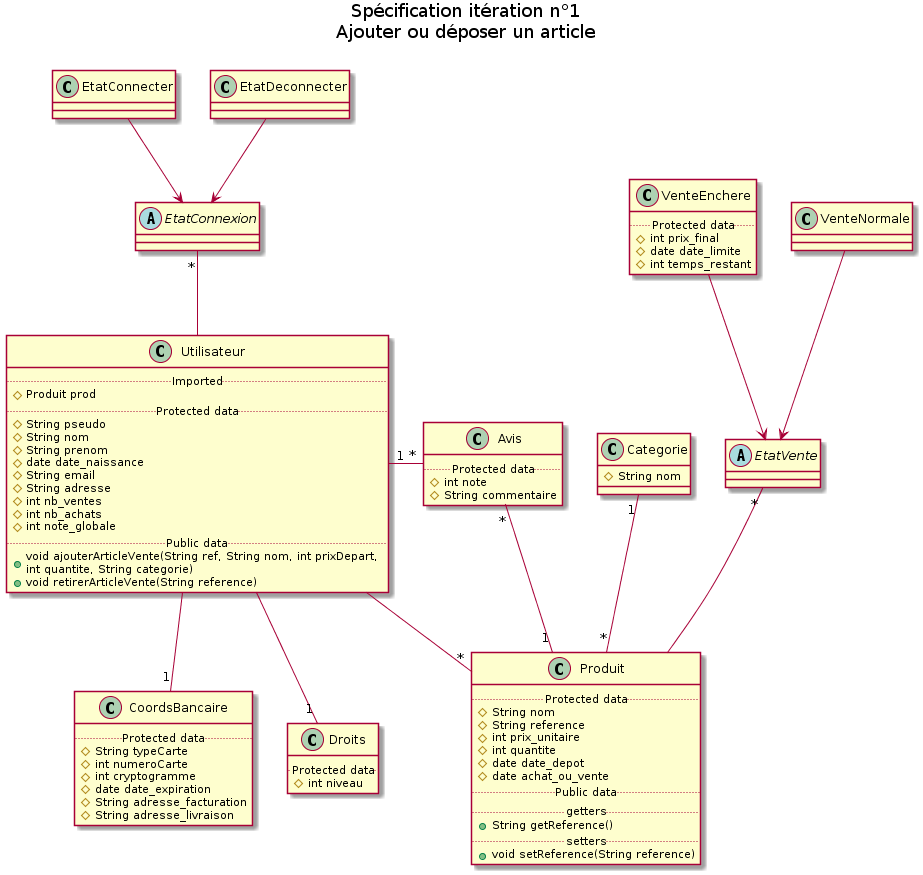
Above: Diagramme_uml.png in DecolleAnais/E-March- (PlantUML), before the change. Its diagram source:
```plantuml
@startuml
title Spécification itération n°1\nAjouter ou déposer un article\n
class Utilisateur {
.. Imported ..
# Produit prod
.. Protected data ..
# String pseudo
# String nom
# String prenom
# date date_naissance
# String email
# String adresse
# int nb_ventes
# int nb_achats
# int note_globale
.. Public data ..
+ void ajouterArticleVente(String ref, String nom, int prixDepart, \nint quantite, String categorie)
+ void retirerArticleVente(String reference)
}

abstract class EtatConnexion {

}

class EtatConnecter {

}

class EtatDeconnecter {

}

class CoordsBancaire {
.. Protected data ..
# String typeCarte
# int numeroCarte
# int cryptogramme
# date date_expiration
# String adresse_facturation
# String adresse_livraison
}

class Droits {
.. Protected data ..
# int niveau
}

class Categorie {
# String nom
}

class Produit {
.. Protected data ..
# String nom
# String reference
# int prix_unitaire
# int quantite
# date date_depot
# date achat_ou_vente
.. Public data ..
.. getters ..
+ String getReference()
.. setters ..
+ void setReference(String reference)
}

abstract class EtatVente {

}

class VenteEnchere {
.. Protected data ..
# int prix_final
# date date_limite
# int temps_restant
}

class VenteNormale {

}

class Avis {
.. Protected data ..
# int note
# String commentaire
}

Utilisateur  --"*"  Produit
Categorie "1"--"*" Produit
Utilisateur --"1" Droits
Utilisateur --"1" CoordsBancaire
Utilisateur "1"-right-"*" Avis
Produit "1"--"*" Avis
VenteEnchere --> EtatVente
VenteNormale --> EtatVente
EtatVente "*"-- Produit
EtatConnecter --> EtatConnexion
EtatDeconnecter --> EtatConnexion
EtatConnexion "*"-- Utilisateur
@enduml
```
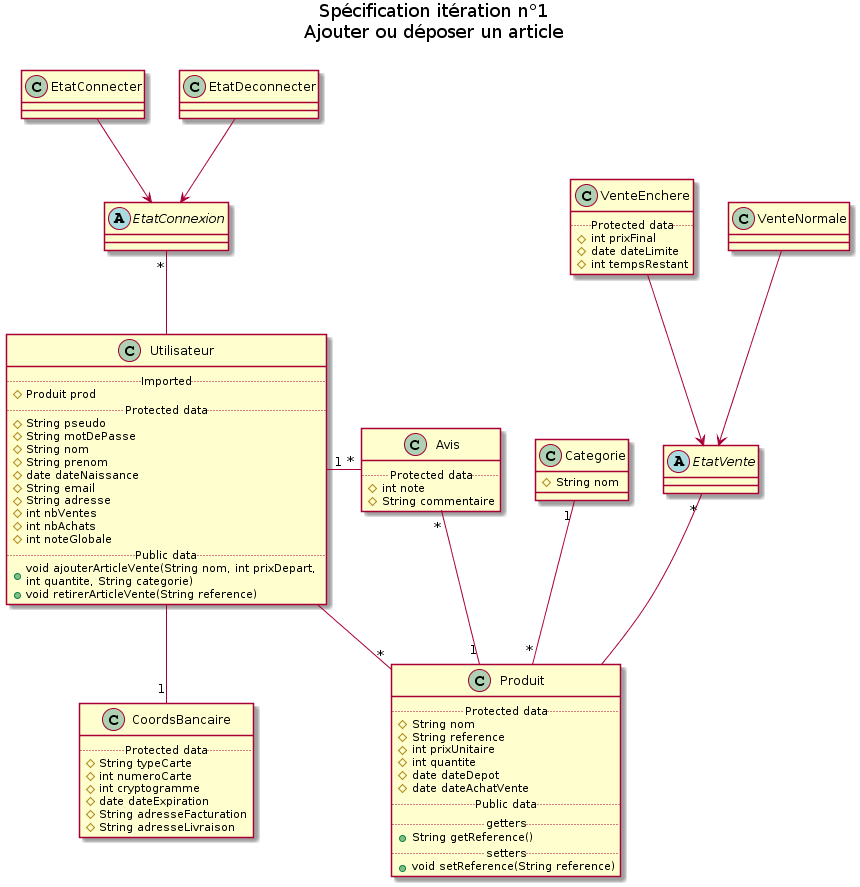
The same diagram one commit later.

Commit message:
Modifications du diagramme de classe

Diff of the diagram source:
```diff
@@ -5,16 +5,17 @@
 # Produit prod
 .. Protected data ..
 # String pseudo
+# String motDePasse
 # String nom
 # String prenom
-# date date_naissance
+# date dateNaissance
 # String email
 # String adresse
-# int nb_ventes
-# int nb_achats
-# int note_globale
+# int nbVentes
+# int nbAchats
+# int noteGlobale
 .. Public data ..
-+ void ajouterArticleVente(String ref, String nom, int prixDepart, \nint quantite, String categorie)
++ void ajouterArticleVente(String nom, int prixDepart, \nint quantite, String categorie)
 + void retirerArticleVente(String reference)
 }
 
@@ -35,14 +36,9 @@
 # String typeCarte
 # int numeroCarte
 # int cryptogramme
-# date date_expiration
-# String adresse_facturation
-# String adresse_livraison
-}
-
-class Droits {
-.. Protected data ..
-# int niveau
+# date dateExpiration
+# String adresseFacturation
+# String adresseLivraison
 }
 
 class Categorie {
@@ -53,10 +49,10 @@
 .. Protected data ..
 # String nom
 # String reference
-# int prix_unitaire
+# int prixUnitaire
 # int quantite
-# date date_depot
-# date achat_ou_vente
+# date dateDepot
+# date dateAchatVente
 .. Public data ..
 .. getters ..
 + String getReference()
@@ -70,9 +66,9 @@
 
 class VenteEnchere {
 .. Protected data ..
-# int prix_final
-# date date_limite
-# int temps_restant
+# int prixFinal
+# date dateLimite
+# int tempsRestant
 }
 
 class VenteNormale {
@@ -87,7 +83,6 @@
 
 Utilisateur  --"*"  Produit
 Categorie "1"--"*" Produit
-Utilisateur --"1" Droits
 Utilisateur --"1" CoordsBancaire
 Utilisateur "1"-right-"*" Avis
 Produit "1"--"*" Avis
```
